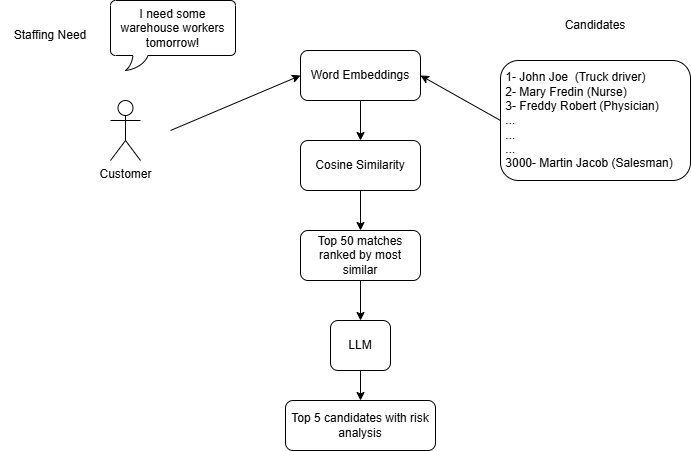
This is docs/Hybrid_Approach.png from Mena-Saleh/Intelliplan-Hackathon, a draw.io export, as it was before one commit. Source tidied: cells renumbered, new cells last; positions are measured from the earlier drawing's top-left corner, leaving out a move shared by most shapes. Source of this version:
```xml
<mxGraphModel>
  <root>
    <mxCell id="0" />
    <mxCell id="1" parent="0" />
    <mxCell id="2" value="Staffing Need" style="text;html=1;whiteSpace=wrap;strokeColor=none;fillColor=none;align=center;verticalAlign=middle;rounded=0;" parent="1" vertex="1">
      <mxGeometry y="20" width="100" height="30" as="geometry" />
    </mxCell>
    <mxCell id="3" value="Candidates" style="text;html=1;whiteSpace=wrap;strokeColor=none;fillColor=none;align=center;verticalAlign=middle;rounded=0;" parent="1" vertex="1">
      <mxGeometry x="545" y="10" width="100" height="30" as="geometry" />
    </mxCell>
    <mxCell id="4" value="Customer" style="shape=umlActor;verticalLabelPosition=bottom;verticalAlign=top;html=1;" parent="1" vertex="1">
      <mxGeometry x="110" y="100" width="30" height="60" as="geometry" />
    </mxCell>
    <mxCell id="5" value="&lt;span style=&quot;&quot;&gt;&amp;nbsp;1- John Joe&amp;nbsp; (Truck driver)&amp;nbsp;&lt;/span&gt;&lt;div style=&quot;&quot;&gt;&amp;nbsp;2- Mary Fredin (Nurse)&lt;/div&gt;&lt;div style=&quot;&quot;&gt;&amp;nbsp;3- Freddy Robert (Physician)&lt;/div&gt;&lt;div style=&quot;&quot;&gt;&amp;nbsp;...&lt;/div&gt;&lt;div style=&quot;&quot;&gt;&amp;nbsp;...&lt;/div&gt;&lt;div style=&quot;&quot;&gt;&amp;nbsp;...&lt;/div&gt;&lt;div style=&quot;&quot;&gt;&amp;nbsp;3000- Martin Jacob (Salesman)&lt;/div&gt;" style="rounded=1;whiteSpace=wrap;html=1;align=left;" parent="1" vertex="1">
      <mxGeometry x="500" y="60" width="190" height="120" as="geometry" />
    </mxCell>
    <mxCell id="6" value="I need some warehouse workers tomorrow!" style="whiteSpace=wrap;html=1;shape=mxgraph.basic.roundRectCallout;dx=30;dy=15;size=5;boundedLbl=1;" parent="1" vertex="1">
      <mxGeometry x="110" width="125" height="70" as="geometry" />
    </mxCell>
    <mxCell id="7" style="edgeStyle=orthogonalEdgeStyle;rounded=0;jettySize=auto;html=1;entryX=0.5;entryY=0;entryDx=0;entryDy=0;" parent="1" edge="1" source="8" target="10">
      <mxGeometry relative="1" as="geometry" />
    </mxCell>
    <mxCell id="8" value="Word Embeddings" style="rounded=1;whiteSpace=wrap;html=1;" parent="1" vertex="1">
      <mxGeometry x="300" y="50" width="120" height="50" as="geometry" />
    </mxCell>
    <mxCell id="9" style="edgeStyle=orthogonalEdgeStyle;rounded=0;jettySize=auto;html=1;entryX=0.5;entryY=0;entryDx=0;entryDy=0;" parent="1" edge="1" source="10" target="14">
      <mxGeometry relative="1" as="geometry" />
    </mxCell>
    <mxCell id="10" value="Cosine Similarity" style="rounded=1;whiteSpace=wrap;html=1;" parent="1" vertex="1">
      <mxGeometry x="300" y="140" width="120" height="50" as="geometry" />
    </mxCell>
    <mxCell id="11" style="endArrow=classic;html=1;rounded=0;entryX=0;entryY=0.5;entryDx=0;entryDy=0;" parent="1" edge="1" target="8">
      <mxGeometry relative="1" as="geometry">
        <mxPoint x="170" y="130" as="sourcePoint" />
      </mxGeometry>
    </mxCell>
    <mxCell id="12" style="endArrow=classic;html=1;rounded=0;entryX=1;entryY=0.5;entryDx=0;entryDy=0;exitX=0;exitY=0.5;exitDx=0;exitDy=0;" parent="1" edge="1" source="5" target="8">
      <mxGeometry relative="1" as="geometry" />
    </mxCell>
    <mxCell id="13" style="edgeStyle=orthogonalEdgeStyle;rounded=0;jettySize=auto;html=1;entryX=0.5;entryY=0;entryDx=0;entryDy=0;" parent="1" edge="1" source="14" target="16">
      <mxGeometry relative="1" as="geometry" />
    </mxCell>
    <mxCell id="14" value="Top 50 matches ranked by most similar" style="rounded=1;whiteSpace=wrap;html=1;" parent="1" vertex="1">
      <mxGeometry x="300" y="230" width="120" height="50" as="geometry" />
    </mxCell>
    <mxCell id="15" style="edgeStyle=orthogonalEdgeStyle;rounded=0;jettySize=auto;html=1;" parent="1" edge="1" source="16">
      <mxGeometry relative="1" as="geometry">
        <mxPoint x="360" y="400" as="targetPoint" />
      </mxGeometry>
    </mxCell>
    <mxCell id="16" value="LLM" style="rounded=1;whiteSpace=wrap;html=1;" parent="1" vertex="1">
      <mxGeometry x="330" y="320" width="60" height="50" as="geometry" />
    </mxCell>
    <mxCell id="17" value="Top 5 candidates with risk analysis" style="rounded=1;whiteSpace=wrap;html=1;" parent="1" vertex="1">
      <mxGeometry x="285" y="400" width="150" height="50" as="geometry" />
    </mxCell>
  </root>
</mxGraphModel>
```
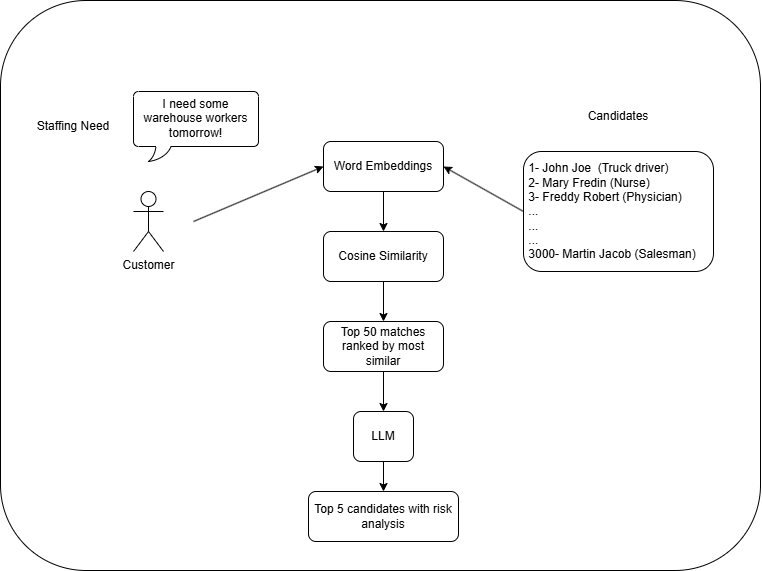
The same file after the commit.

Change to the diagram source:
```diff
@@ -2,6 +2,9 @@
   <root>
     <mxCell id="0" />
     <mxCell id="1" parent="0" />
+    <mxCell id="18" style="rounded=1;whiteSpace=wrap;html=1;" parent="1" vertex="1">
+      <mxGeometry x="-23" y="-91" width="760" height="570" as="geometry" />
+    </mxCell>
     <mxCell id="2" value="Staffing Need" style="text;html=1;whiteSpace=wrap;strokeColor=none;fillColor=none;align=center;verticalAlign=middle;rounded=0;" parent="1" vertex="1">
       <mxGeometry y="20" width="100" height="30" as="geometry" />
     </mxCell>
```
